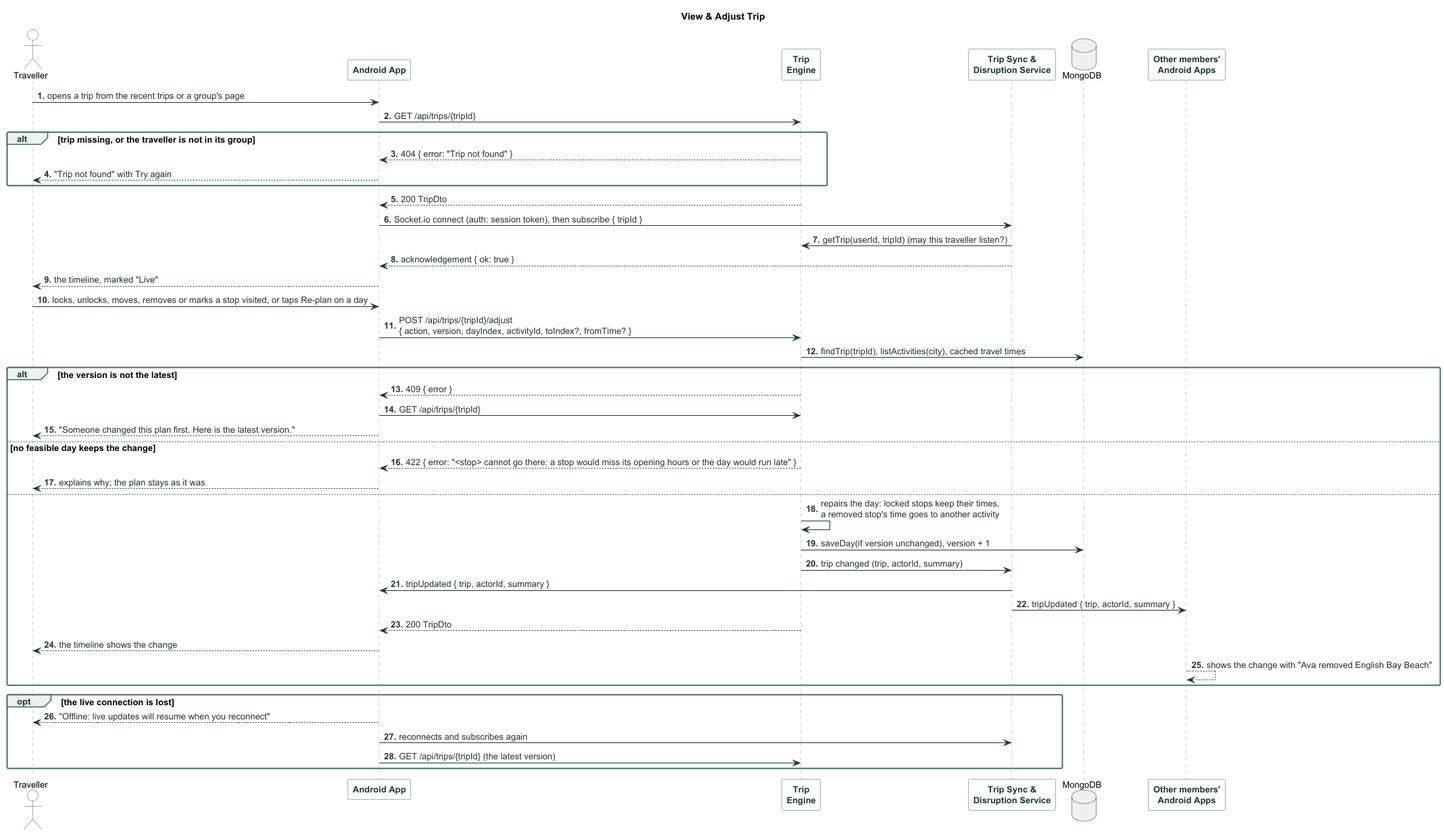
Earlier version of the PlantUML export documentation/images/seq_view_adjust_trip.png (abhiverma13/TimeTravel).
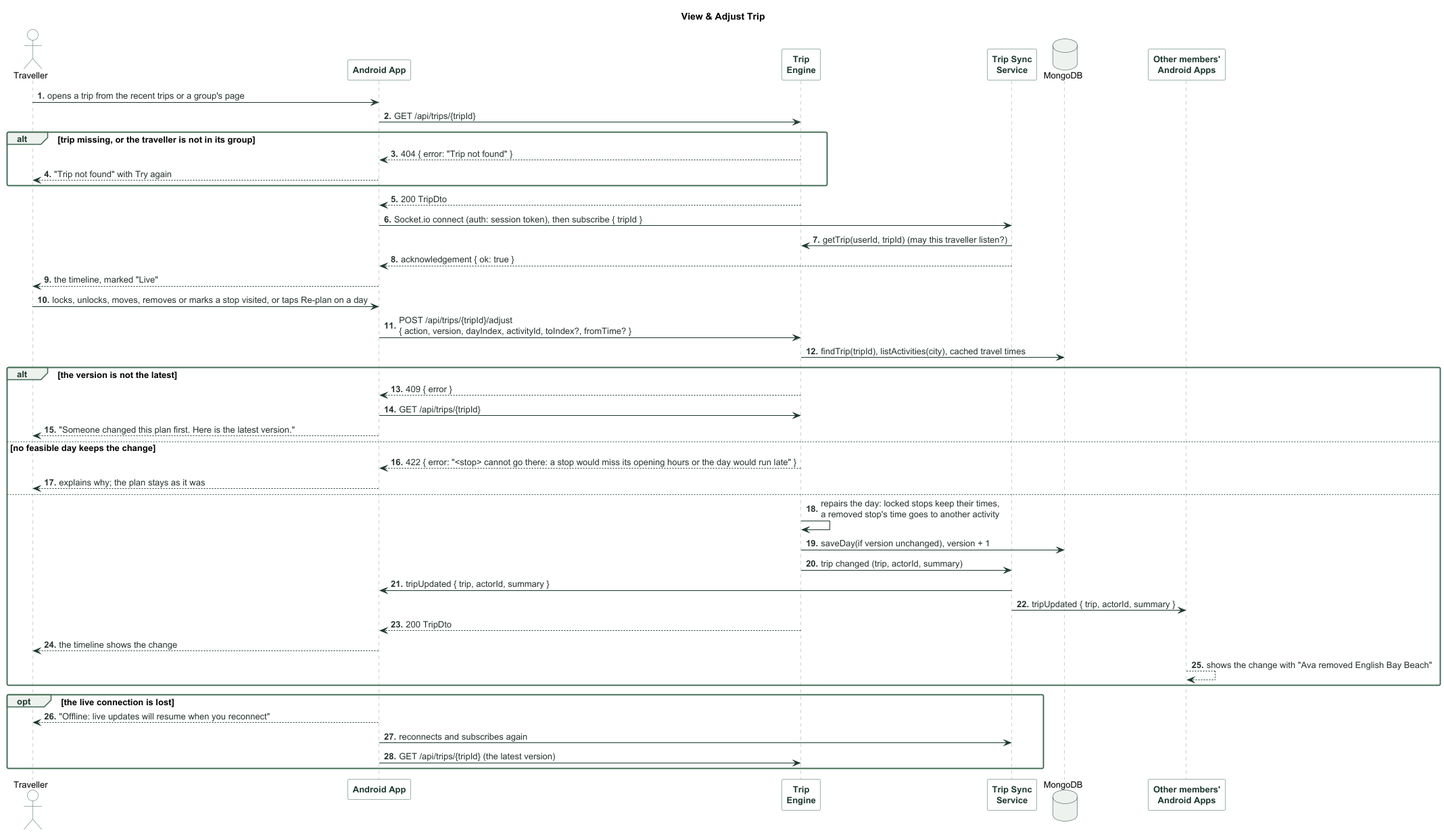
Above is the later version.

What changed in the source:
```diff
@@ -5,7 +5,7 @@
 actor Traveller
 participant "Android App" as App
 participant "Trip\nEngine" as Engine
-participant "Trip Sync &\nDisruption Service" as Sync
+participant "Trip Sync\nService" as Sync
 database MongoDB
 participant "Other members'\nAndroid Apps" as Party
 
```
